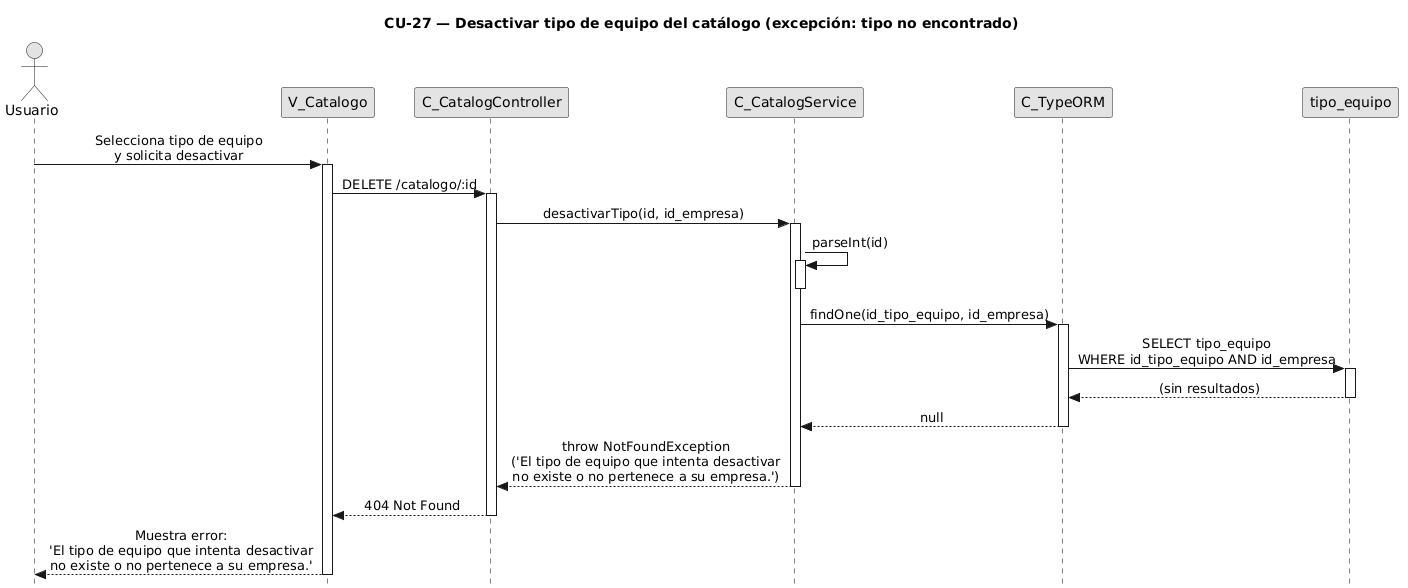
FSM-Finet-y-Cable-Magico/Team_1-Inventario-y-Bodega keeps this PlantUML diagram as diagramas-secuencia/CU27/CU27-exc-tiene-unidades.png. Above is the earlier version.
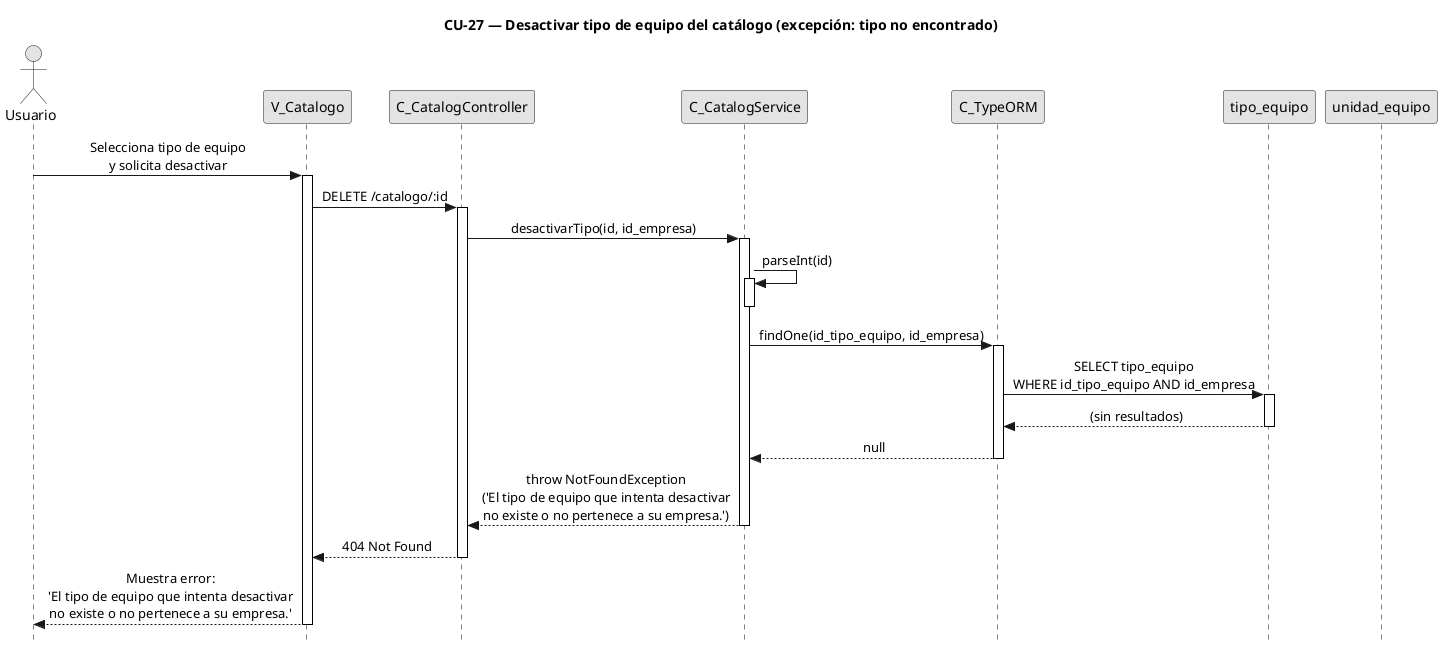
Above is the later version.

Diff of the diagram source:
```diff
@@ -1,4 +1,4 @@
-@startuml
+@startuml CU27-exc-tiene-unidades
 title CU-27 — Desactivar tipo de equipo del catálogo (excepción: tipo no encontrado)
 
 skinparam style strictuml
@@ -17,6 +17,7 @@
 participant "C_CatalogService" as svc
 participant "C_TypeORM" as orm
 participant "tipo_equipo" as tent
+participant "unidad_equipo" as uent
 
 user -> view : Selecciona tipo de equipo\ny solicita desactivar
 activate view
@@ -50,4 +51,5 @@
 
 view --> user : Muestra error:\n'El tipo de equipo que intenta desactivar\nno existe o no pertenece a su empresa.'
 deactivate view
+
 @enduml
```
